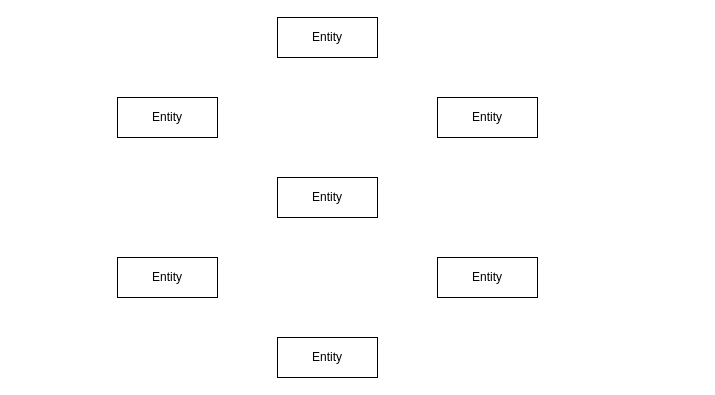
Earlier version of the draw.io diagram ERDProject.drawio (jocamp11/BUS393Project). Source tidied: cells renumbered, new cells numbered last; positions are measured from the earlier drawing's top-left corner, leaving out a move shared by most shapes. Both pictures are drawn from the tidied source at 100%, with x=0, y=0 at pixel (117, 17).
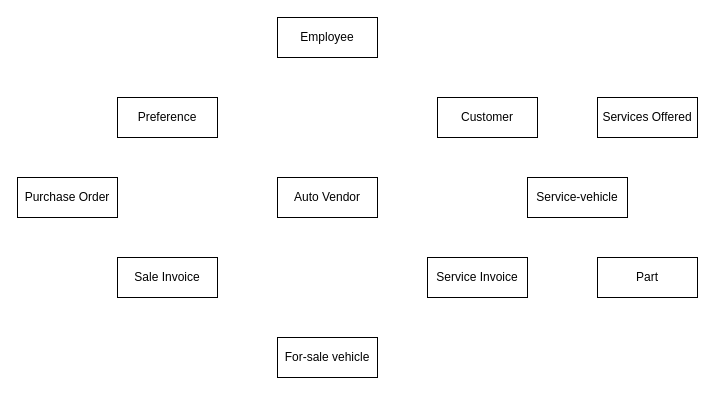
Above is the later version.

The edit, as a diff of the source:
```diff
@@
 <mxGraphModel>
   <root>
     <mxCell id="0" />
     <mxCell id="1" parent="0" />
-    <mxCell id="2" value="Entity" style="whiteSpace=wrap;html=1;align=center;" parent="1" vertex="1">
+    <mxCell id="2" value="Preference" style="whiteSpace=wrap;html=1;align=center;" parent="1" vertex="1">
       <mxGeometry y="80" width="100" height="40" as="geometry" />
     </mxCell>
-    <mxCell id="3" value="Entity" style="whiteSpace=wrap;html=1;align=center;" parent="1" vertex="1">
+    <mxCell id="3" value="Sale Invoice" style="whiteSpace=wrap;html=1;align=center;" parent="1" vertex="1">
       <mxGeometry y="240" width="100" height="40" as="geometry" />
     </mxCell>
-    <mxCell id="4" value="Entity" style="whiteSpace=wrap;html=1;align=center;" parent="1" vertex="1">
+    <mxCell id="4" value="Auto Vendor" style="whiteSpace=wrap;html=1;align=center;" parent="1" vertex="1">
       <mxGeometry x="160" y="160" width="100" height="40" as="geometry" />
     </mxCell>
-    <mxCell id="5" value="Entity" style="whiteSpace=wrap;html=1;align=center;" parent="1" vertex="1">
+    <mxCell id="5" value="Customer" style="whiteSpace=wrap;html=1;align=center;" parent="1" vertex="1">
       <mxGeometry x="320" y="80" width="100" height="40" as="geometry" />
     </mxCell>
-    <mxCell id="6" value="Entity" style="whiteSpace=wrap;html=1;align=center;" parent="1" vertex="1">
-      <mxGeometry x="320" y="240" width="100" height="40" as="geometry" />
+    <mxCell id="6" value="Purchase Order" style="whiteSpace=wrap;html=1;align=center;" parent="1" vertex="1">
+      <mxGeometry x="-100" y="160" width="100" height="40" as="geometry" />
     </mxCell>
-    <mxCell id="7" value="Entity" style="whiteSpace=wrap;html=1;align=center;" parent="1" vertex="1">
+    <mxCell id="7" value="Employee" style="whiteSpace=wrap;html=1;align=center;" parent="1" vertex="1">
       <mxGeometry x="160" width="100" height="40" as="geometry" />
     </mxCell>
-    <mxCell id="8" value="Entity" style="whiteSpace=wrap;html=1;align=center;" parent="1" vertex="1">
+    <mxCell id="8" value="For-sale vehicle" style="whiteSpace=wrap;html=1;align=center;" parent="1" vertex="1">
       <mxGeometry x="160" y="320" width="100" height="40" as="geometry" />
     </mxCell>
+    <mxCell id="9" value="Service-vehicle" style="whiteSpace=wrap;html=1;align=center;" parent="1" vertex="1">
+      <mxGeometry x="410" y="160" width="100" height="40" as="geometry" />
+    </mxCell>
+    <mxCell id="10" value="Service Invoice" style="whiteSpace=wrap;html=1;align=center;" parent="1" vertex="1">
+      <mxGeometry x="310" y="240" width="100" height="40" as="geometry" />
+    </mxCell>
+    <mxCell id="11" value="Services Offered" style="whiteSpace=wrap;html=1;align=center;" parent="1" vertex="1">
+      <mxGeometry x="480" y="80" width="100" height="40" as="geometry" />
+    </mxCell>
+    <mxCell id="12" value="Part" style="whiteSpace=wrap;html=1;align=center;" parent="1" vertex="1">
+      <mxGeometry x="480" y="240" width="100" height="40" as="geometry" />
+    </mxCell>
   </root>
 </mxGraphModel>
```
